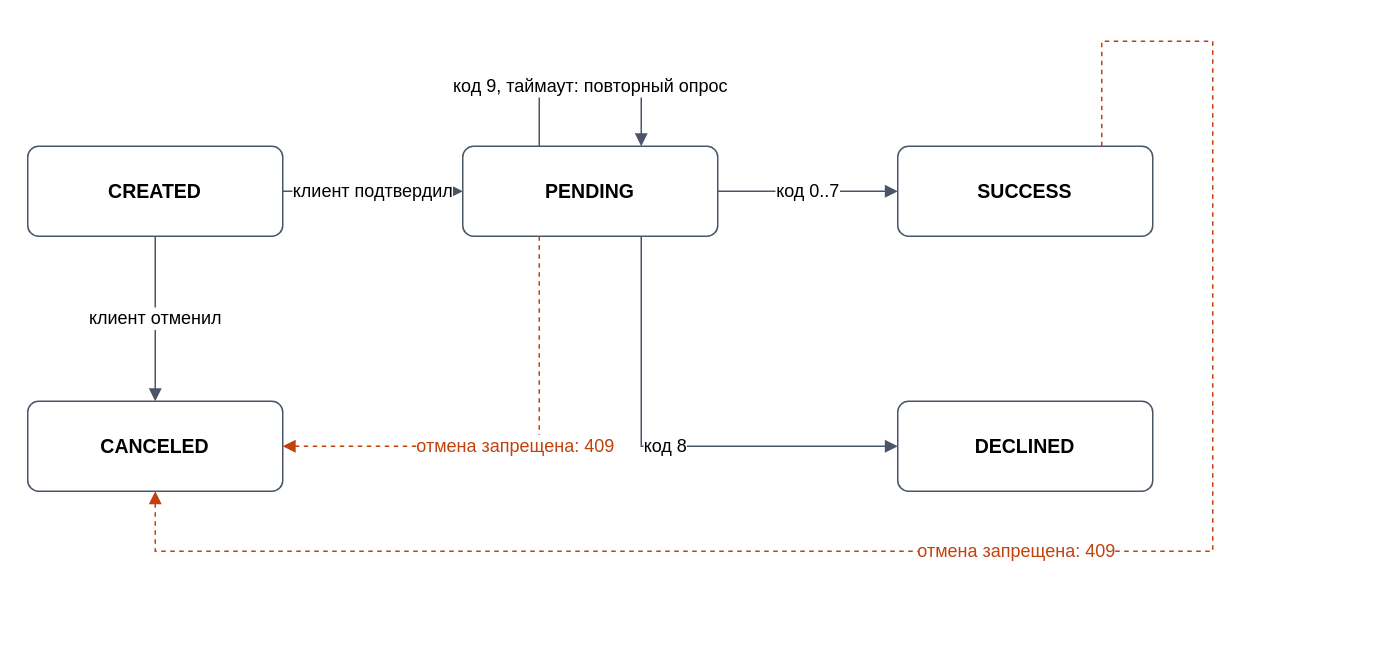
brokentwo/online-tips-case-3 keeps this draw.io diagram as схемы/состояния_платежа.drawio. Above is the earlier version. Source tidied: cells renumbered, new cells numbered last; positions are measured from the earlier drawing's top-left corner, leaving out a move shared by most shapes. Both pictures are drawn from the tidied source at 150%, with x=0, y=0 at pixel (27, 40).
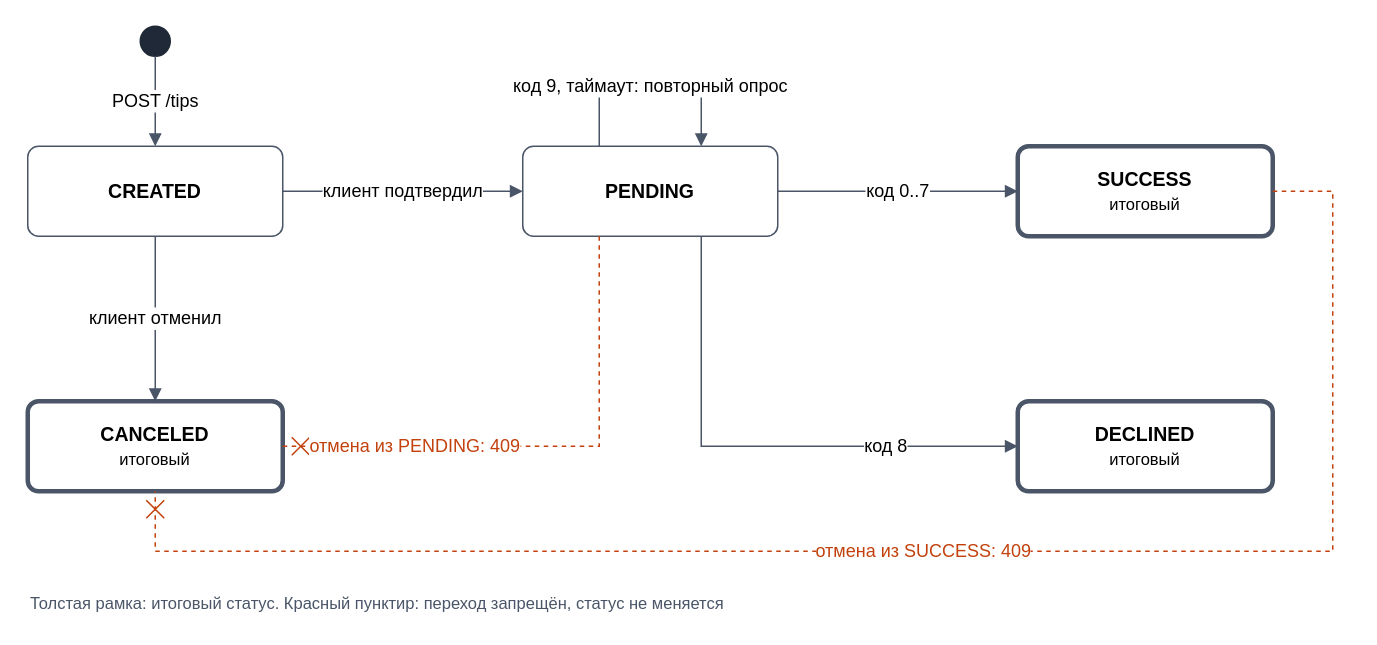
The same page after the edit.

Unchanged cells that the change refers to:
```xml
<mxCell id="2" value="&lt;b&gt;CREATED&lt;/b&gt;" style="rounded=1;whiteSpace=wrap;html=1;arcSize=12;fillColor=#FFFFFF;strokeColor=#4A5568;fontSize=13;align=center;verticalAlign=middle;" parent="1" vertex="1">
  <mxGeometry y="70" width="170" height="60" as="geometry" />
</mxCell>
```

Change to the diagram source:
```diff
@@
     <mxCell id="3" value="&lt;b&gt;PENDING&lt;/b&gt;" style="rounded=1;whiteSpace=wrap;html=1;arcSize=12;fillColor=#FFFFFF;strokeColor=#4A5568;fontSize=13;align=center;verticalAlign=middle;" parent="1" vertex="1">
-      <mxGeometry x="290" y="70" width="170" height="60" as="geometry" />
+      <mxGeometry x="330" y="70" width="170" height="60" as="geometry" />
     </mxCell>
-    <mxCell id="4" value="&lt;b&gt;SUCCESS&lt;/b&gt;" style="rounded=1;whiteSpace=wrap;html=1;arcSize=12;fillColor=#FFFFFF;strokeColor=#4A5568;fontSize=13;align=center;verticalAlign=middle;" parent="1" vertex="1">
-      <mxGeometry x="580" y="70" width="170" height="60" as="geometry" />
+    <mxCell id="4" value="&lt;b&gt;SUCCESS&lt;/b&gt;&lt;br&gt;&lt;font style=&quot;font-size: 11px&quot;&gt;итоговый&lt;/font&gt;" style="rounded=1;whiteSpace=wrap;html=1;arcSize=12;fillColor=#FFFFFF;strokeColor=#4A5568;fontSize=13;align=center;verticalAlign=middle;strokeWidth=3;" parent="1" vertex="1">
+      <mxGeometry x="660" y="70" width="170" height="60" as="geometry" />
     </mxCell>
-    <mxCell id="5" value="&lt;b&gt;CANCELED&lt;/b&gt;" style="rounded=1;whiteSpace=wrap;html=1;arcSize=12;fillColor=#FFFFFF;strokeColor=#4A5568;fontSize=13;align=center;verticalAlign=middle;" parent="1" vertex="1">
+    <mxCell id="5" value="&lt;b&gt;CANCELED&lt;/b&gt;&lt;br&gt;&lt;font style=&quot;font-size: 11px&quot;&gt;итоговый&lt;/font&gt;" style="rounded=1;whiteSpace=wrap;html=1;arcSize=12;fillColor=#FFFFFF;strokeColor=#4A5568;fontSize=13;align=center;verticalAlign=middle;strokeWidth=3;" parent="1" vertex="1">
       <mxGeometry y="240" width="170" height="60" as="geometry" />
     </mxCell>
-    <mxCell id="6" value="&lt;b&gt;DECLINED&lt;/b&gt;" style="rounded=1;whiteSpace=wrap;html=1;arcSize=12;fillColor=#FFFFFF;strokeColor=#4A5568;fontSize=13;align=center;verticalAlign=middle;" parent="1" vertex="1">
-      <mxGeometry x="580" y="240" width="170" height="60" as="geometry" />
+    <mxCell id="6" value="&lt;b&gt;DECLINED&lt;/b&gt;&lt;br&gt;&lt;font style=&quot;font-size: 11px&quot;&gt;итоговый&lt;/font&gt;" style="rounded=1;whiteSpace=wrap;html=1;arcSize=12;fillColor=#FFFFFF;strokeColor=#4A5568;fontSize=13;align=center;verticalAlign=middle;strokeWidth=3;" parent="1" vertex="1">
+      <mxGeometry x="660" y="240" width="170" height="60" as="geometry" />
     </mxCell>
@@
     <mxCell id="9" value="код 8" style="edgeStyle=orthogonalEdgeStyle;rounded=0;html=1;endArrow=block;endFill=1;strokeColor=#4A5568;fontSize=12;labelBackgroundColor=#FFFFFF;exitX=0.7;exitY=1;exitDx=0;exitDy=0;entryX=0;entryY=0.5;entryDx=0;entryDy=0;" parent="1" edge="1" source="3" target="6">
-      <mxGeometry relative="1" as="geometry">
+      <mxGeometry x="0.5" relative="1" as="geometry">
         <Array as="points">
-          <mxPoint x="409" y="270" />
+          <mxPoint x="449" y="270" />
         </Array>
       </mxGeometry>
     </mxCell>
     <mxCell id="10" value="код 9, таймаут: повторный опрос" style="edgeStyle=orthogonalEdgeStyle;rounded=0;html=1;endArrow=block;endFill=1;strokeColor=#4A5568;fontSize=12;labelBackgroundColor=#FFFFFF;exitX=0.3;exitY=0;exitDx=0;exitDy=0;entryX=0.7;entryY=0;entryDx=0;entryDy=0;" parent="1" edge="1" source="3" target="3">
       <mxGeometry relative="1" as="geometry">
         <Array as="points">
-          <mxPoint x="341" y="30" />
-          <mxPoint x="409" y="30" />
+          <mxPoint x="381" y="30" />
+          <mxPoint x="449" y="30" />
         </Array>
       </mxGeometry>
     </mxCell>
@@
-    <mxCell id="12" value="отмена запрещена: 409" style="edgeStyle=orthogonalEdgeStyle;rounded=0;html=1;endArrow=block;endFill=1;strokeColor=#C2410C;fontSize=12;labelBackgroundColor=#FFFFFF;dashed=1;fontColor=#C2410C;exitX=0.3;exitY=1;exitDx=0;exitDy=0;entryX=1;entryY=0.5;entryDx=0;entryDy=0;" parent="1" edge="1" source="3" target="5">
-      <mxGeometry relative="1" as="geometry">
+    <mxCell id="12" value="отмена из PENDING: 409" style="edgeStyle=orthogonalEdgeStyle;rounded=0;html=1;endArrow=cross;endFill=0;endSize=10;strokeColor=#C2410C;fontSize=12;labelBackgroundColor=#FFFFFF;dashed=1;fontColor=#C2410C;exitX=0.3;exitY=1;exitDx=0;exitDy=0;entryX=1;entryY=0.5;entryDx=0;entryDy=0;" parent="1" edge="1" source="3" target="5">
+      <mxGeometry x="0.5" relative="1" as="geometry">
         <Array as="points">
-          <mxPoint x="341" y="270" />
+          <mxPoint x="381" y="270" />
         </Array>
       </mxGeometry>
     </mxCell>
-    <mxCell id="13" value="отмена запрещена: 409" style="edgeStyle=orthogonalEdgeStyle;rounded=0;html=1;endArrow=block;endFill=1;strokeColor=#C2410C;fontSize=12;labelBackgroundColor=#FFFFFF;dashed=1;fontColor=#C2410C;exitX=0.8;exitY=0;exitDx=0;exitDy=0;entryX=0.5;entryY=1;entryDx=0;entryDy=0;" parent="1" edge="1" source="4" target="5">
+    <mxCell id="13" value="отмена из SUCCESS: 409" style="edgeStyle=orthogonalEdgeStyle;rounded=0;html=1;endArrow=cross;endFill=0;endSize=10;strokeColor=#C2410C;fontSize=12;labelBackgroundColor=#FFFFFF;dashed=1;fontColor=#C2410C;exitX=1;exitY=0.5;exitDx=0;exitDy=0;entryX=0.5;entryY=1;entryDx=0;entryDy=0;" parent="1" edge="1" source="4" target="5">
       <mxGeometry relative="1" as="geometry">
         <Array as="points">
-          <mxPoint x="716" />
-          <mxPoint x="790" />
-          <mxPoint x="790" y="340" />
+          <mxPoint x="870" y="100" />
+          <mxPoint x="870" y="340" />
           <mxPoint x="85" y="340" />
         </Array>
       </mxGeometry>
     </mxCell>
+    <mxCell id="14" style="ellipse;html=1;fillColor=#1F2937;strokeColor=#1F2937;" parent="1" vertex="1">
+      <mxGeometry x="75" y="-10" width="20" height="20" as="geometry" />
+    </mxCell>
+    <mxCell id="15" value="POST /tips" style="edgeStyle=orthogonalEdgeStyle;rounded=0;html=1;endArrow=block;endFill=1;strokeColor=#4A5568;fontSize=12;labelBackgroundColor=#FFFFFF;exitX=0.5;exitY=1;exitDx=0;exitDy=0;entryX=0.5;entryY=0;entryDx=0;entryDy=0;" parent="1" edge="1" source="14" target="2">
+      <mxGeometry relative="1" as="geometry" />
+    </mxCell>
+    <mxCell id="16" value="Толстая рамка: итоговый статус. Красный пунктир: переход запрещён, статус не меняется" style="text;html=1;align=left;verticalAlign=middle;fontSize=11;fontColor=#4A5568;" parent="1" vertex="1">
+      <mxGeometry y="365" width="560" height="20" as="geometry" />
+    </mxCell>
```
